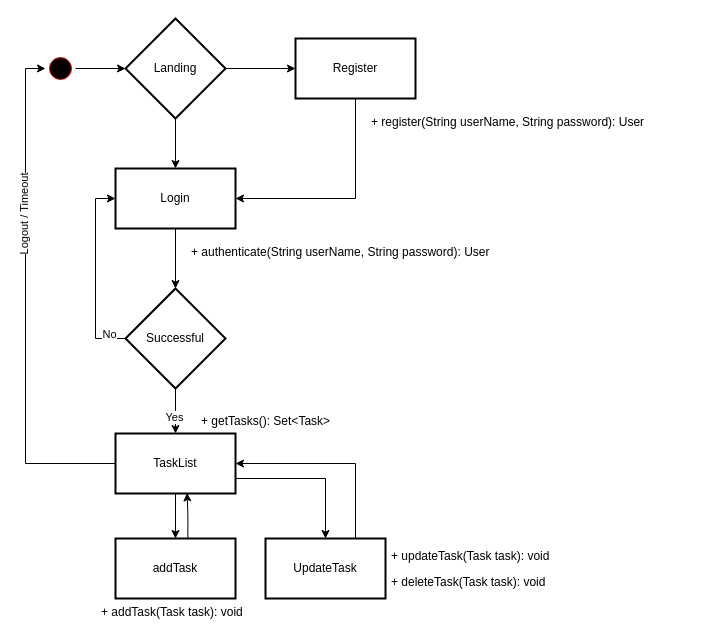
The draw.io diagram page "Page Flow" (2 of 2) of docs/TodoApp.drawio in codeyard/bfh-todoapp, before the edit. Source tidied: cells renumbered, new cells numbered last; positions are measured from the earlier drawing's top-left corner, leaving out a move shared by most shapes. Both pictures are drawn from the tidied source at 100%, with x=0, y=0 at pixel (45, 18).
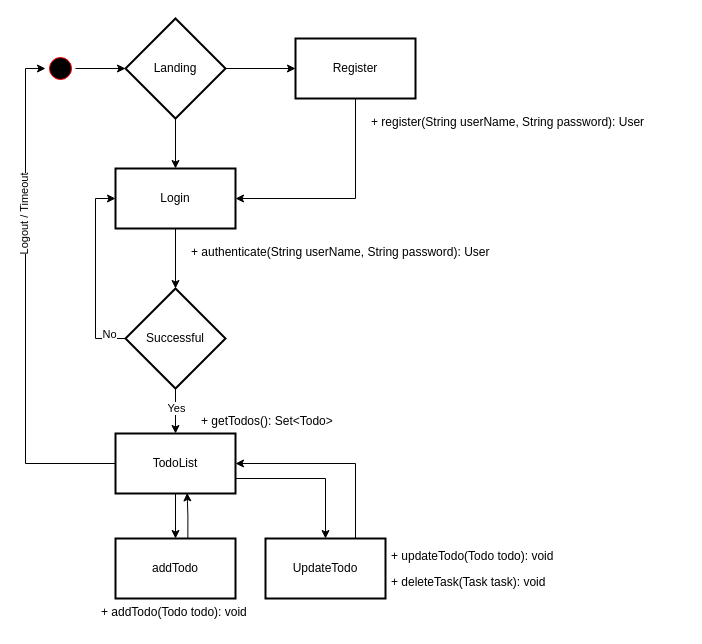
After the change.

Commit message (it also covers changes not shown here):
Refactoring Domain Model & Page Flow (task to todo)

Unchanged cells that the change refers to:
```xml
<mxCell id="13" style="edgeStyle=orthogonalEdgeStyle;rounded=0;jettySize=auto;html=1;" parent="1" edge="1" source="15" target="20">
  <mxGeometry relative="1" as="geometry" />
</mxCell>
```

What changed in the source:
```diff
@@
     <mxCell id="14" value="Yes" style="edgeLabel;html=1;align=center;verticalAlign=middle;" parent="13" vertex="1">
-      <mxGeometry x="0.24" y="-2" relative="1" as="geometry" />
+      <mxGeometry x="0.24" y="-2" relative="1" as="geometry">
+        <mxPoint x="2" y="-9" as="offset" />
+      </mxGeometry>
     </mxCell>
@@
-    <mxCell id="20" value="TaskList" style="whiteSpace=wrap;html=1;strokeWidth=2;" parent="1" vertex="1">
+    <mxCell id="20" value="TodoList" style="whiteSpace=wrap;html=1;strokeWidth=2;" parent="1" vertex="1">
       <mxGeometry x="70" y="415" width="120" height="60" as="geometry" />
     </mxCell>
-    <mxCell id="21" value="+ getTasks(): Set&lt;Task&gt;" style="text;strokeColor=none;fillColor=none;align=left;verticalAlign=top;spacingLeft=4;spacingRight=4;overflow=hidden;" parent="1" vertex="1">
+    <mxCell id="21" value="+ getTodos(): Set&lt;Todo&gt;" style="text;strokeColor=none;fillColor=none;align=left;verticalAlign=top;spacingLeft=4;spacingRight=4;overflow=hidden;" parent="1" vertex="1">
       <mxGeometry x="150" y="389" width="210" height="26" as="geometry" />
     </mxCell>
@@
-    <mxCell id="23" value="addTask" style="whiteSpace=wrap;html=1;strokeWidth=2;" parent="1" vertex="1">
+    <mxCell id="23" value="addTodo" style="whiteSpace=wrap;html=1;strokeWidth=2;" parent="1" vertex="1">
       <mxGeometry x="70" y="520" width="120" height="60" as="geometry" />
     </mxCell>
-    <mxCell id="24" value="+ addTask(Task task): void" style="text;strokeColor=none;fillColor=none;align=left;verticalAlign=top;spacingLeft=4;spacingRight=4;overflow=hidden;" parent="1" vertex="1">
+    <mxCell id="24" value="+ addTodo(Todo todo): void" style="text;strokeColor=none;fillColor=none;align=left;verticalAlign=top;spacingLeft=4;spacingRight=4;overflow=hidden;" parent="1" vertex="1">
       <mxGeometry x="50" y="580" width="210" height="26" as="geometry" />
     </mxCell>
@@
-    <mxCell id="26" value="UpdateTask" style="whiteSpace=wrap;html=1;strokeWidth=2;" parent="1" vertex="1">
+    <mxCell id="26" value="UpdateTodo" style="whiteSpace=wrap;html=1;strokeWidth=2;" parent="1" vertex="1">
       <mxGeometry x="220" y="520" width="120" height="60" as="geometry" />
     </mxCell>
-    <mxCell id="27" value="+ updateTask(Task task): void" style="text;strokeColor=none;fillColor=none;align=left;verticalAlign=top;spacingLeft=4;spacingRight=4;overflow=hidden;" parent="1" vertex="1">
+    <mxCell id="27" value="+ updateTodo(Todo todo): void" style="text;strokeColor=none;fillColor=none;align=left;verticalAlign=top;spacingLeft=4;spacingRight=4;overflow=hidden;" parent="1" vertex="1">
       <mxGeometry x="340" y="524" width="210" height="26" as="geometry" />
     </mxCell>
```
